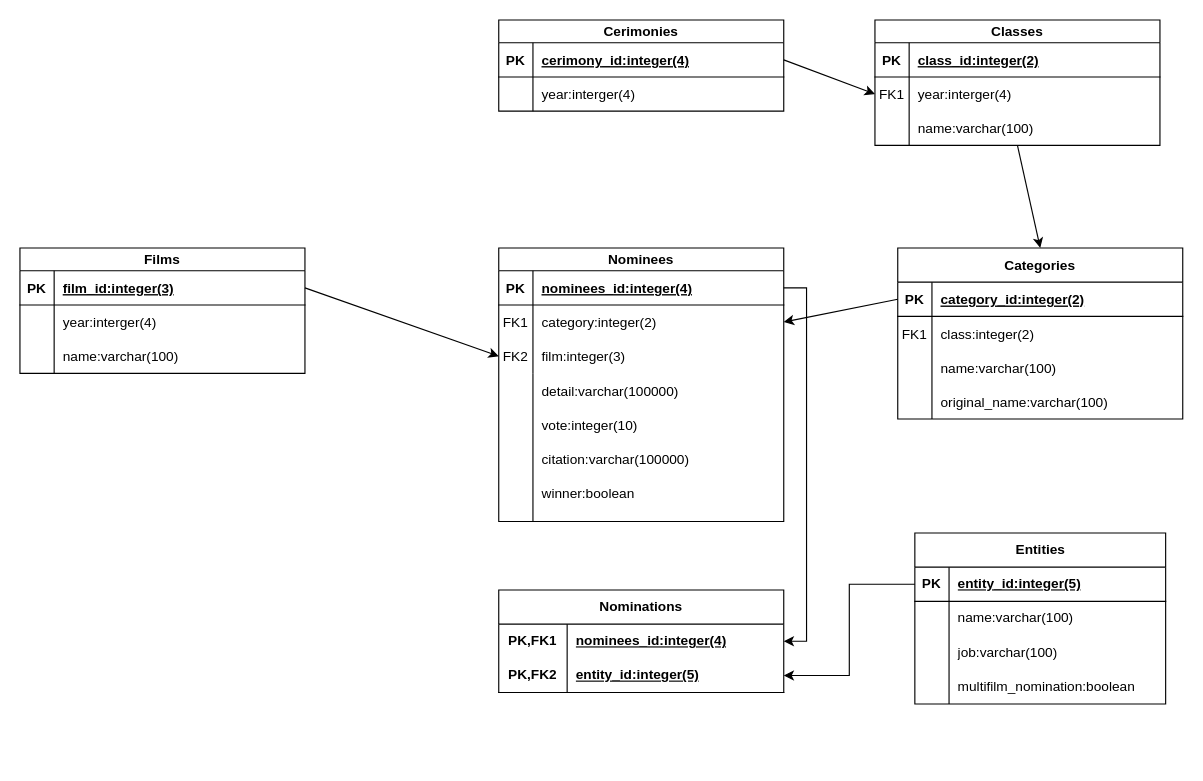
Earlier version of the draw.io diagram modelo_relacional_oscars.drawio (QuAleAcEna/PythonAppOscars). Source tidied: cells renumbered, new cells numbered last; positions are measured from the earlier drawing's top-left corner, leaving out a move shared by most shapes. Both pictures are drawn from the tidied source at 114%, with x=0, y=0 at pixel (19, 19).
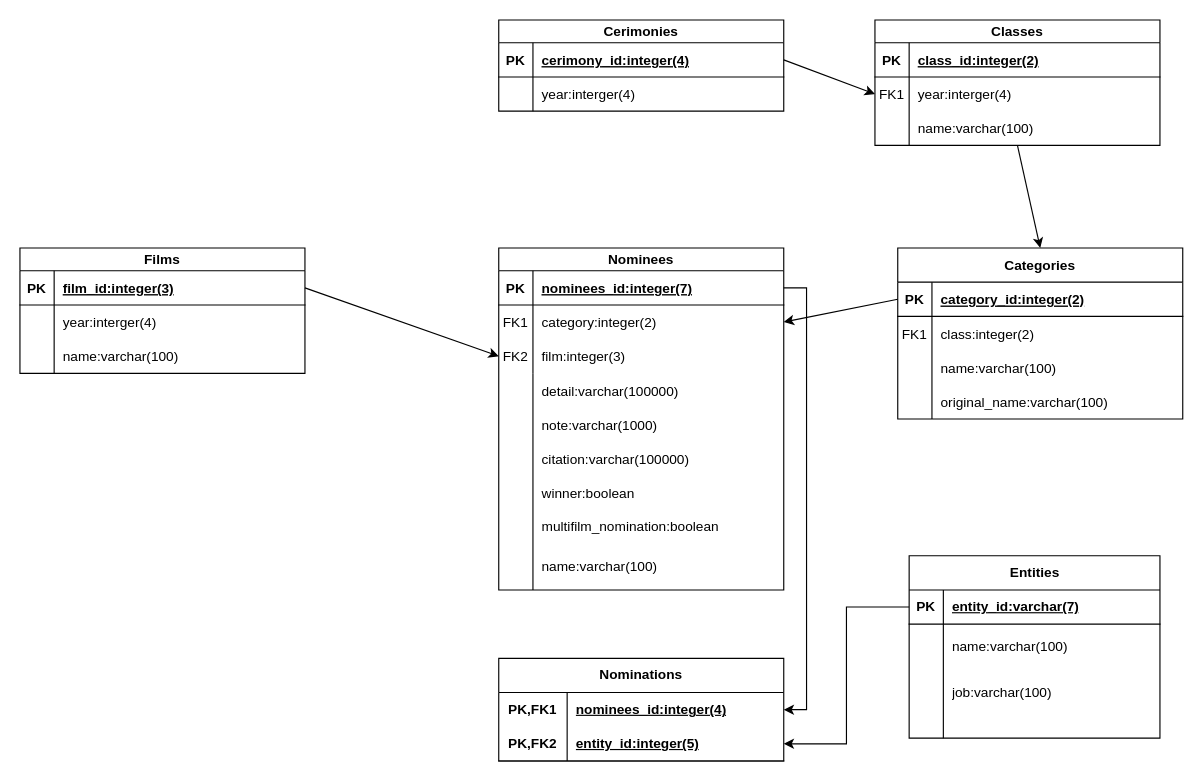
The same page after the edit.

Unchanged cells that the change refers to:
```xml
<mxCell id="44" style="shape=partialRectangle;fillColor=none;points=[[0,0.5],[1,0.5]];portConstraint=eastwest;top=0;left=0;right=0;bottom=1;" parent="43" vertex="1">
  <mxGeometry y="20" width="250" height="30" as="geometry" />
</mxCell>
<mxCell id="62" style="shape=tableRow;horizontal=0;startSize=0;swimlaneHead=0;swimlaneBody=0;fillColor=none;points=[[0,0.5],[1,0.5]];portConstraint=eastwest;top=0;left=0;right=0;bottom=1;html=1;" parent="58" vertex="1">
  <mxGeometry y="60" width="250" height="30" as="geometry" />
</mxCell>
<mxCell id="67" style="shape=tableRow;horizontal=0;startSize=0;swimlaneHead=0;swimlaneBody=0;fillColor=none;points=[[0,0.5],[1,0.5]];portConstraint=eastwest;top=0;left=0;right=0;bottom=1;" parent="66" vertex="1">
  <mxGeometry y="30" width="220" height="30" as="geometry" />
</mxCell>
```

Diff of the diagram source:
```diff
@@
     <mxCell id="43" value="Nominees" style="shape=table;startSize=20;childLayout=tableLayout;rowLines=0;fontStyle=1;align=center;swimlaneLine=1;" parent="1" vertex="1">
-      <mxGeometry x="420" y="200" width="250" height="240" as="geometry" />
+      <mxGeometry x="420" y="200" width="250" height="300" as="geometry" />
     </mxCell>
@@
-    <mxCell id="46" value="nominees_id:integer(4)" style="shape=partialRectangle;overflow=hidden;fillColor=none;top=0;left=0;bottom=0;right=0;align=left;spacingLeft=6;fontStyle=5;" parent="44" vertex="1">
+    <mxCell id="46" value="nominees_id:integer(7)" style="shape=partialRectangle;overflow=hidden;fillColor=none;top=0;left=0;bottom=0;right=0;align=left;spacingLeft=6;fontStyle=5;" parent="44" vertex="1">
       <mxGeometry x="30" width="220" height="30" as="geometry" />
     </mxCell>
@@
-    <mxCell id="54" value="vote:integer(10)" style="shape=partialRectangle;overflow=hidden;fillColor=none;top=0;left=0;bottom=0;right=0;align=left;spacingLeft=6;" parent="1" vertex="1">
+    <mxCell id="54" value="note:varchar(1000)" style="shape=partialRectangle;overflow=hidden;fillColor=none;top=0;left=0;bottom=0;right=0;align=left;spacingLeft=6;" parent="1" vertex="1">
       <mxGeometry x="450" y="340" width="220" height="30" as="geometry" />
     </mxCell>
@@
     <mxCell id="57" style="endArrow=none;html=1;rounded=0;" parent="1" edge="1">
       <mxGeometry relative="1" as="geometry">
-        <mxPoint x="450" y="440" as="sourcePoint" />
+        <mxPoint x="450" y="500" as="sourcePoint" />
         <mxPoint x="450" y="310" as="targetPoint" />
       </mxGeometry>
     </mxCell>
     <mxCell id="58" value="Nominations" style="shape=table;startSize=30;childLayout=tableLayout;rowLines=0;fontStyle=1;align=center;html=1;whiteSpace=wrap;" parent="1" vertex="1">
-      <mxGeometry x="420" y="500" width="250" height="90" as="geometry" />
+      <mxGeometry x="420" y="560" width="250" height="90" as="geometry" />
     </mxCell>
@@
+    <mxCell id="79" style="edgeStyle=orthogonalEdgeStyle;rounded=0;jettySize=auto;html=1;exitX=0;exitY=0.5;exitDx=0;exitDy=0;entryX=1;entryY=0.5;entryDx=0;entryDy=0;" parent="1" edge="1" source="67" target="62">
+      <mxGeometry relative="1" as="geometry" />
+    </mxCell>
+    <mxCell id="80" style="shape=partialRectangle;fillColor=none;top=0;left=0;right=0;bottom=0;" parent="1" vertex="1">
+      <mxGeometry x="420" y="50" width="250" height="30" as="geometry" />
+    </mxCell>
+    <mxCell id="81" style="shape=partialRectangle;overflow=hidden;fillColor=none;top=0;left=0;bottom=0;right=0;" parent="80" vertex="1">
+      <mxGeometry width="30" height="30" as="geometry" />
+    </mxCell>
+    <mxCell id="82" value="year:interger(4)" style="shape=partialRectangle;overflow=hidden;fillColor=none;top=0;left=0;bottom=0;right=0;align=left;spacingLeft=6;" parent="80" vertex="1">
+      <mxGeometry x="30" width="220" height="30" as="geometry" />
+    </mxCell>
+    <mxCell id="83" style="endArrow=none;html=1;rounded=0;" parent="1" edge="1">
+      <mxGeometry relative="1" as="geometry">
+        <mxPoint x="450" y="80" as="sourcePoint" />
+        <mxPoint x="450" y="50" as="targetPoint" />
+      </mxGeometry>
+    </mxCell>
+    <mxCell id="84" value="multifilm_nomination:boolean" style="shape=partialRectangle;fillColor=none;top=0;left=0;bottom=0;right=0;align=left;spacingLeft=6;overflow=hidden;whiteSpace=wrap;html=1;" parent="1" vertex="1">
+      <mxGeometry x="450" y="430" width="190" height="30" as="geometry" />
+    </mxCell>
     <mxCell id="66" value="Entities" style="shape=table;startSize=30;childLayout=tableLayout;rowLines=0;fontStyle=1;align=center;html=1;" parent="1" vertex="1">
-      <mxGeometry x="785" y="450" width="220" height="150" as="geometry" />
+      <mxGeometry x="780" y="470" width="220" height="160" as="geometry" />
     </mxCell>
@@
-    <mxCell id="69" value="entity_id:integer(5)" style="shape=partialRectangle;fillColor=none;top=0;left=0;bottom=0;right=0;align=left;spacingLeft=6;fontStyle=5;overflow=hidden;whiteSpace=wrap;html=1;" parent="67" vertex="1">
+    <mxCell id="69" value="entity_id:varchar(7)" style="shape=partialRectangle;fillColor=none;top=0;left=0;bottom=0;right=0;align=left;spacingLeft=6;fontStyle=5;overflow=hidden;whiteSpace=wrap;html=1;" parent="67" vertex="1">
       <mxGeometry x="30" width="190" height="30" as="geometry" />
     </mxCell>
     <mxCell id="70" style="shape=tableRow;horizontal=0;startSize=0;swimlaneHead=0;swimlaneBody=0;fillColor=none;top=0;left=0;right=0;bottom=0;" parent="66" vertex="1">
-      <mxGeometry y="60" width="220" height="30" as="geometry" />
+      <mxGeometry y="60" width="220" height="40" as="geometry" />
     </mxCell>
     <mxCell id="71" style="shape=partialRectangle;fillColor=none;top=0;left=0;bottom=0;right=0;overflow=hidden;whiteSpace=wrap;html=1;" parent="70" vertex="1">
-      <mxGeometry width="30" height="30" as="geometry" />
+      <mxGeometry width="30" height="40" as="geometry" />
     </mxCell>
     <mxCell id="72" value="name:varchar(100)" style="shape=partialRectangle;fillColor=none;top=0;left=0;bottom=0;right=0;align=left;spacingLeft=6;overflow=hidden;whiteSpace=wrap;html=1;" parent="70" vertex="1">
-      <mxGeometry x="30" width="190" height="30" as="geometry" />
+      <mxGeometry x="30" width="190" height="40" as="geometry" />
     </mxCell>
     <mxCell id="73" style="shape=tableRow;horizontal=0;startSize=0;swimlaneHead=0;swimlaneBody=0;fillColor=none;top=0;left=0;right=0;bottom=0;" parent="66" vertex="1">
-      <mxGeometry y="90" width="220" height="30" as="geometry" />
+      <mxGeometry y="100" width="220" height="40" as="geometry" />
     </mxCell>
     <mxCell id="74" style="shape=partialRectangle;fillColor=none;top=0;left=0;bottom=0;right=0;overflow=hidden;whiteSpace=wrap;html=1;" parent="73" vertex="1">
-      <mxGeometry width="30" height="30" as="geometry" />
+      <mxGeometry width="30" height="40" as="geometry" />
     </mxCell>
     <mxCell id="75" value="job:varchar(100)" style="shape=partialRectangle;fillColor=none;top=0;left=0;bottom=0;right=0;align=left;spacingLeft=6;overflow=hidden;whiteSpace=wrap;html=1;" parent="73" vertex="1">
-      <mxGeometry x="30" width="190" height="30" as="geometry" />
+      <mxGeometry x="30" width="190" height="40" as="geometry" />
     </mxCell>
     <mxCell id="76" style="shape=tableRow;horizontal=0;startSize=0;swimlaneHead=0;swimlaneBody=0;fillColor=none;top=0;left=0;right=0;bottom=0;" parent="66" vertex="1">
-      <mxGeometry y="120" width="220" height="30" as="geometry" />
+      <mxGeometry y="140" width="220" height="20" as="geometry" />
     </mxCell>
     <mxCell id="77" style="shape=partialRectangle;fillColor=none;top=0;left=0;bottom=0;right=0;overflow=hidden;whiteSpace=wrap;html=1;" parent="76" vertex="1">
-      <mxGeometry width="30" height="30" as="geometry" />
+      <mxGeometry width="30" height="20" as="geometry" />
     </mxCell>
-    <mxCell id="78" value="multifilm_nomination:boolean" style="shape=partialRectangle;fillColor=none;top=0;left=0;bottom=0;right=0;align=left;spacingLeft=6;overflow=hidden;whiteSpace=wrap;html=1;" parent="76" vertex="1">
-      <mxGeometry x="30" width="190" height="30" as="geometry" />
+    <mxCell id="78" style="shape=partialRectangle;fillColor=none;top=0;left=0;bottom=0;right=0;align=left;spacingLeft=6;overflow=hidden;whiteSpace=wrap;html=1;" parent="76" vertex="1">
+      <mxGeometry x="30" width="190" height="20" as="geometry" />
     </mxCell>
-    <mxCell id="79" style="edgeStyle=orthogonalEdgeStyle;rounded=0;jettySize=auto;html=1;exitX=0;exitY=0.5;exitDx=0;exitDy=0;entryX=1;entryY=0.5;entryDx=0;entryDy=0;" parent="1" edge="1" source="67" target="62">
-      <mxGeometry relative="1" as="geometry" />
-    </mxCell>
-    <mxCell id="80" style="shape=partialRectangle;fillColor=none;top=0;left=0;right=0;bottom=0;" parent="1" vertex="1">
-      <mxGeometry x="420" y="50" width="250" height="30" as="geometry" />
-    </mxCell>
-    <mxCell id="81" style="shape=partialRectangle;overflow=hidden;fillColor=none;top=0;left=0;bottom=0;right=0;" parent="80" vertex="1">
-      <mxGeometry width="30" height="30" as="geometry" />
-    </mxCell>
-    <mxCell id="82" value="year:interger(4)" style="shape=partialRectangle;overflow=hidden;fillColor=none;top=0;left=0;bottom=0;right=0;align=left;spacingLeft=6;" parent="80" vertex="1">
-      <mxGeometry x="30" width="220" height="30" as="geometry" />
-    </mxCell>
-    <mxCell id="83" style="endArrow=none;html=1;rounded=0;" parent="1" edge="1">
-      <mxGeometry relative="1" as="geometry">
-        <mxPoint x="450" y="80" as="sourcePoint" />
-        <mxPoint x="450" y="50" as="targetPoint" />
-      </mxGeometry>
-    </mxCell>
+    <mxCell id="85" value="name:varchar(100)" style="shape=partialRectangle;fillColor=none;top=0;left=0;bottom=0;right=0;align=left;spacingLeft=6;overflow=hidden;whiteSpace=wrap;html=1;" parent="1" vertex="1">
+      <mxGeometry x="450" y="460" width="190" height="40" as="geometry" />
+    </mxCell>
```
